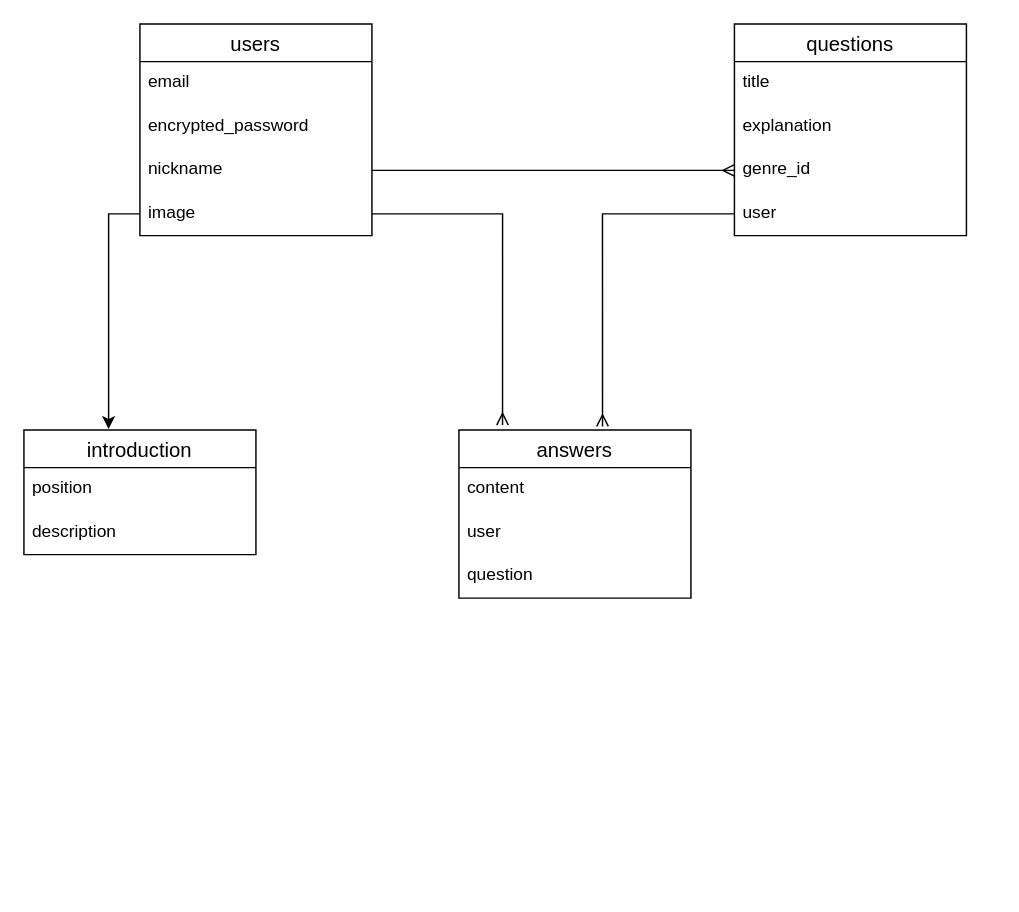
This is nurse.dio from kei-toriki/nurse_app, a draw.io file, before an edit. Source tidied: cells renumbered, new cells numbered last; positions are measured from the earlier drawing's top-left corner, leaving out a move shared by most shapes. Both pictures are drawn from the tidied source at 145%, with x=0, y=0 at pixel (23, 23).
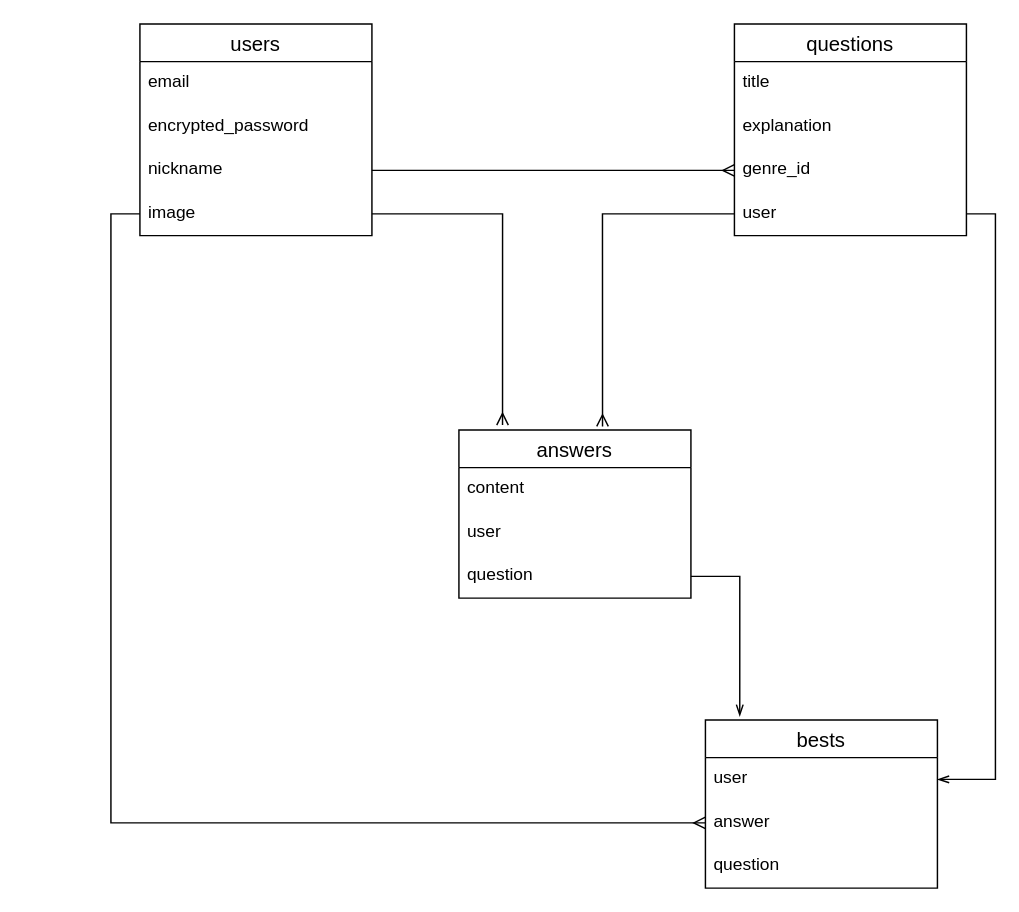
After the change.

Unchanged cells that the change refers to:
```xml
<mxCell id="5" value="question" style="text;strokeColor=none;fillColor=none;spacingLeft=4;spacingRight=4;overflow=hidden;points=[[0,0.5],[1,0.5]];portConstraint=eastwest;fontSize=12;" parent="2" vertex="1">
  <mxGeometry y="86" width="160" height="30" as="geometry" />
</mxCell>
<mxCell id="10" value="user" style="text;strokeColor=none;fillColor=none;spacingLeft=4;spacingRight=4;overflow=hidden;points=[[0,0.5],[1,0.5]];portConstraint=eastwest;fontSize=12;" parent="6" vertex="1">
  <mxGeometry y="116" width="160" height="30" as="geometry" />
</mxCell>
<mxCell id="15" value="image" style="text;strokeColor=none;fillColor=none;spacingLeft=4;spacingRight=4;overflow=hidden;points=[[0,0.5],[1,0.5]];portConstraint=eastwest;fontSize=12;" parent="11" vertex="1">
  <mxGeometry y="116" width="160" height="30" as="geometry" />
</mxCell>
```

Change to the diagram source:
```diff
@@
-    <mxCell id="19" value="introduction" style="swimlane;fontStyle=0;horizontal=1;startSize=26;align=center;fontSize=14;" parent="1" vertex="1">
-      <mxGeometry y="280" width="160" height="86" as="geometry" />
-    </mxCell>
-    <mxCell id="20" value="position" style="text;strokeColor=none;fillColor=none;spacingLeft=4;spacingRight=4;overflow=hidden;fontSize=12;" parent="19" vertex="1">
-      <mxGeometry y="26" width="160" height="30" as="geometry" />
-    </mxCell>
-    <mxCell id="21" value="description" style="text;strokeColor=none;fillColor=none;spacingLeft=4;spacingRight=4;overflow=hidden;fontSize=12;" parent="19" vertex="1">
-      <mxGeometry y="56" width="160" height="30" as="geometry" />
-    </mxCell>
-    <mxCell id="22" style="edgeStyle=orthogonalEdgeStyle;rounded=0;jettySize=auto;html=1;exitX=0;exitY=0.5;exitDx=0;exitDy=0;entryX=0.365;entryY=-0.007;entryDx=0;entryDy=0;entryPerimeter=0;" parent="1" edge="1" source="15" target="19">
-      <mxGeometry relative="1" as="geometry" />
+    <mxCell id="22" value="bests" style="swimlane;fontStyle=0;horizontal=1;startSize=26;align=center;fontSize=14;" parent="1" vertex="1">
+      <mxGeometry x="470" y="480" width="160" height="116" as="geometry" />
     </mxCell>
+    <mxCell id="23" value="user" style="text;strokeColor=none;fillColor=none;spacingLeft=4;spacingRight=4;overflow=hidden;points=[[0,0.5],[1,0.5]];portConstraint=eastwest;fontSize=12;" parent="22" vertex="1">
+      <mxGeometry y="26" width="160" height="30" as="geometry" />
+    </mxCell>
+    <mxCell id="24" value="answer" style="text;strokeColor=none;fillColor=none;spacingLeft=4;spacingRight=4;overflow=hidden;points=[[0,0.5],[1,0.5]];portConstraint=eastwest;fontSize=12;" parent="22" vertex="1">
+      <mxGeometry y="56" width="160" height="30" as="geometry" />
+    </mxCell>
+    <mxCell id="25" value="question" style="text;strokeColor=none;fillColor=none;spacingLeft=4;spacingRight=4;overflow=hidden;fontSize=12;" parent="22" vertex="1">
+      <mxGeometry y="86" width="160" height="30" as="geometry" />
+    </mxCell>
+    <mxCell id="26" style="edgeStyle=orthogonalEdgeStyle;rounded=0;jettySize=auto;html=1;exitX=0;exitY=0.5;exitDx=0;exitDy=0;entryX=0;entryY=0.5;entryDx=0;entryDy=0;endArrow=ERmany;endFill=0;" parent="1" edge="1" source="15" target="24">
+      <mxGeometry relative="1" as="geometry" />
+    </mxCell>
+    <mxCell id="27" style="edgeStyle=orthogonalEdgeStyle;rounded=0;jettySize=auto;html=1;exitX=1;exitY=0.5;exitDx=0;exitDy=0;entryX=0.148;entryY=-0.021;entryDx=0;entryDy=0;entryPerimeter=0;endArrow=openThin;endFill=0;" parent="1" edge="1" source="5" target="22">
+      <mxGeometry relative="1" as="geometry" />
+    </mxCell>
+    <mxCell id="28" style="edgeStyle=orthogonalEdgeStyle;rounded=0;jettySize=auto;html=1;exitX=1;exitY=0.5;exitDx=0;exitDy=0;entryX=1;entryY=0.5;entryDx=0;entryDy=0;endArrow=openThin;endFill=0;" parent="1" edge="1" source="10" target="23">
+      <mxGeometry relative="1" as="geometry" />
+    </mxCell>
```
